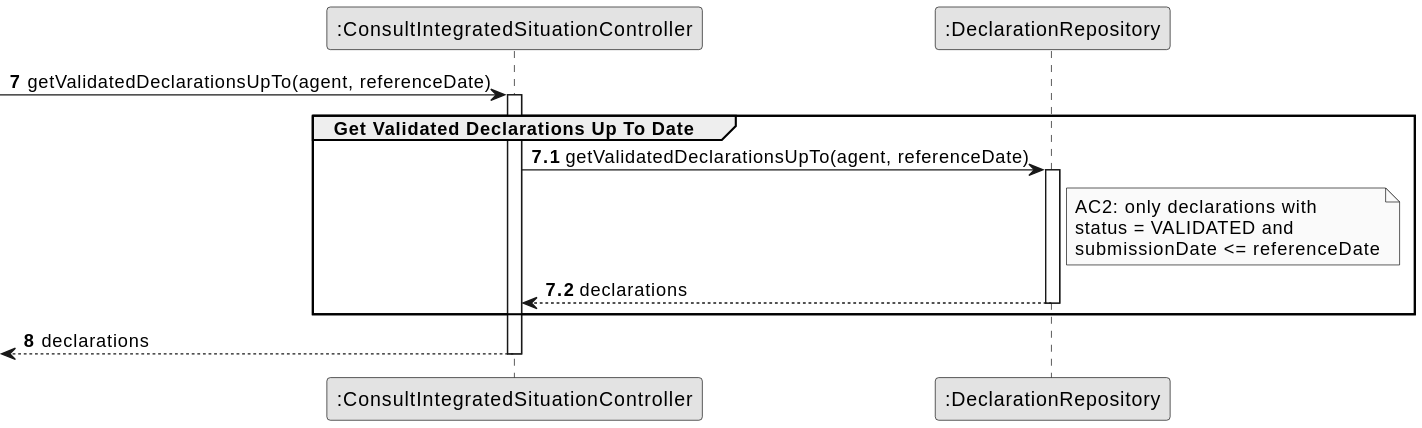
brunodspinto/crystal-clear-platform keeps this PlantUML diagram as docs/system-documentation/US09/03.design/svg/US09-SD-partial-get-validated-declarations-up-to.svg. Above is the earlier version. Source of this version:
```plantuml
@startuml
skinparam monochrome true
skinparam packageStyle rectangle
skinparam shadowing false

autonumber

participant ":ConsultIntegratedSituationController" as CTRL
participant ":DeclarationRepository" as DR

autonumber 7
 -> CTRL : getValidatedDeclarationsUpTo(agent, referenceDate)
autonumber 7.1
activate CTRL
    group Get Validated Declarations Up To Date

        CTRL -> DR : getValidatedDeclarationsUpTo(agent, referenceDate)
        activate DR

            note right of DR
                AC2: only declarations with
                status = VALIDATED and
                submissionDate <= referenceDate
            end note

            DR --> CTRL : declarations
        deactivate DR

    end
    autonumber 8
    <-- CTRL : declarations
deactivate CTRL
@enduml
```
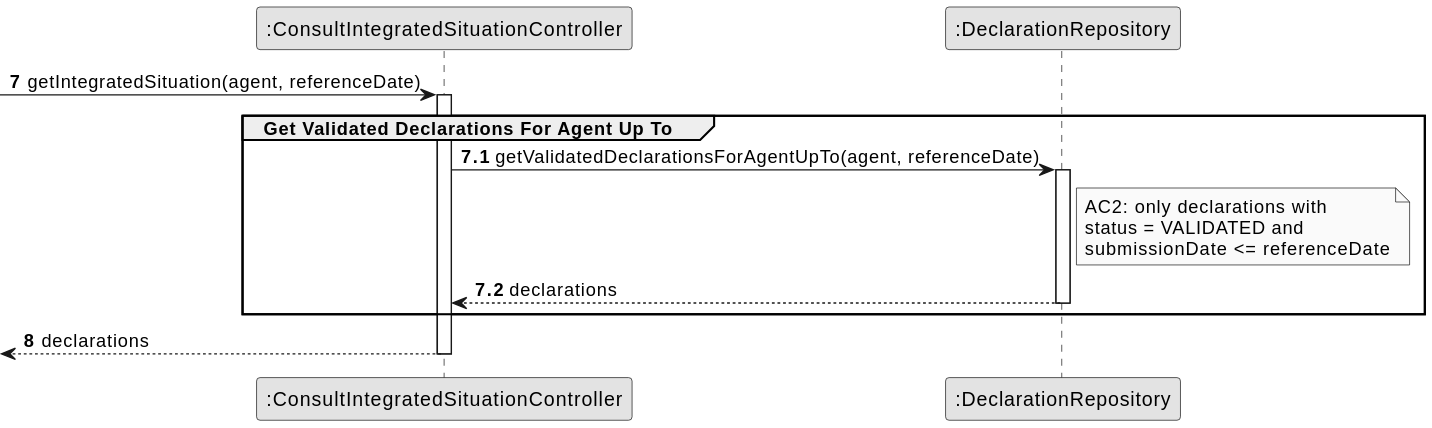
After the commit.

What changed in the source:
```diff
@@ -9,12 +9,12 @@
 participant ":DeclarationRepository" as DR
 
 autonumber 7
- -> CTRL : getValidatedDeclarationsUpTo(agent, referenceDate)
+ -> CTRL : getIntegratedSituation(agent, referenceDate)
 autonumber 7.1
 activate CTRL
-    group Get Validated Declarations Up To Date
+    group Get Validated Declarations For Agent Up To
 
-        CTRL -> DR : getValidatedDeclarationsUpTo(agent, referenceDate)
+        CTRL -> DR : getValidatedDeclarationsForAgentUpTo(agent, referenceDate)
         activate DR
 
             note right of DR
```
